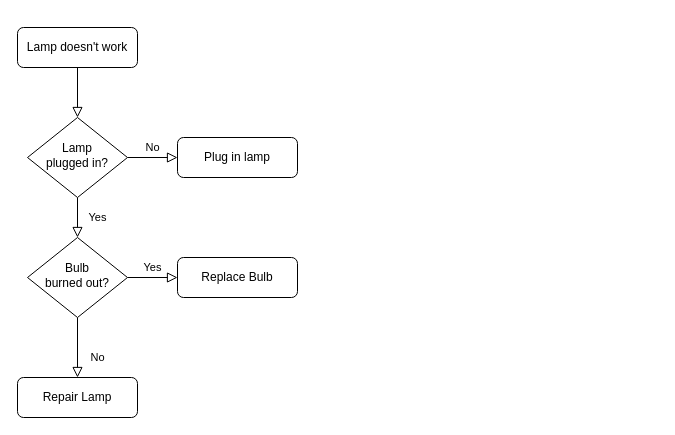
Before: Untitled Diagram.drawio in Cmatrix1/Django-Downloader, a draw.io diagram. Source tidied: cells renumbered, new cells numbered last; positions are measured from the earlier drawing's top-left corner, leaving out a move shared by most shapes. Both pictures are drawn from the tidied source at 100%, with x=0, y=0 at pixel (17, 27).
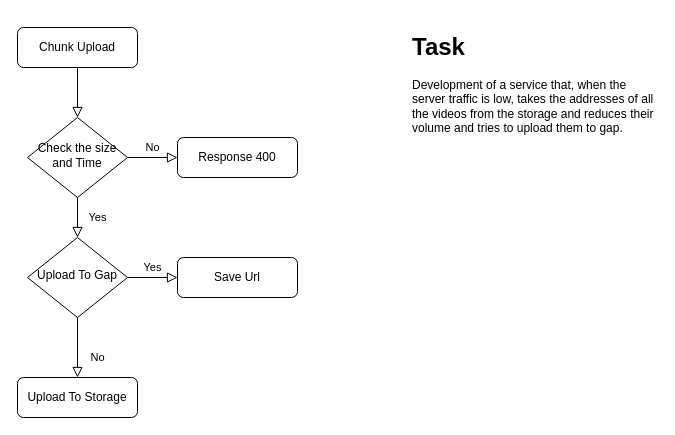
After the change.

What changed in the source:
```diff
@@
 <mxGraphModel>
   <root>
     <mxCell id="0" />
     <mxCell id="1" parent="0" />
     <mxCell id="2" style="rounded=0;html=1;jettySize=auto;fontSize=11;endArrow=block;endFill=0;endSize=8;strokeWidth=1;shadow=0;labelBackgroundColor=none;edgeStyle=orthogonalEdgeStyle;" parent="1" edge="1" source="3" target="6">
       <mxGeometry relative="1" as="geometry" />
     </mxCell>
-    <mxCell id="3" value="Lamp doesn't work" style="rounded=1;whiteSpace=wrap;html=1;fontSize=12;glass=0;strokeWidth=1;shadow=0;" parent="1" vertex="1">
+    <mxCell id="3" value="Chunk Upload" style="rounded=1;whiteSpace=wrap;html=1;fontSize=12;glass=0;strokeWidth=1;shadow=0;" parent="1" vertex="1">
       <mxGeometry width="120" height="40" as="geometry" />
     </mxCell>
     <mxCell id="4" value="Yes" style="rounded=0;html=1;jettySize=auto;fontSize=11;endArrow=block;endFill=0;endSize=8;strokeWidth=1;shadow=0;labelBackgroundColor=none;edgeStyle=orthogonalEdgeStyle;" parent="1" edge="1" source="6" target="10">
       <mxGeometry y="20" relative="1" as="geometry" />
     </mxCell>
     <mxCell id="5" value="No" style="edgeStyle=orthogonalEdgeStyle;rounded=0;html=1;jettySize=auto;fontSize=11;endArrow=block;endFill=0;endSize=8;strokeWidth=1;shadow=0;labelBackgroundColor=none;" parent="1" edge="1" source="6" target="7">
       <mxGeometry y="10" relative="1" as="geometry" />
     </mxCell>
-    <mxCell id="6" value="Lamp&lt;br&gt;plugged in?" style="rhombus;whiteSpace=wrap;html=1;shadow=0;fontFamily=Helvetica;fontSize=12;align=center;strokeWidth=1;spacing=6;spacingTop=-4;" parent="1" vertex="1">
+    <mxCell id="6" value="Check the size and Time" style="rhombus;whiteSpace=wrap;html=1;shadow=0;fontFamily=Helvetica;fontSize=12;align=center;strokeWidth=1;spacing=6;spacingTop=-4;" parent="1" vertex="1">
       <mxGeometry x="10" y="90" width="100" height="80" as="geometry" />
     </mxCell>
-    <mxCell id="7" value="Plug in lamp" style="rounded=1;whiteSpace=wrap;html=1;fontSize=12;glass=0;strokeWidth=1;shadow=0;" parent="1" vertex="1">
+    <mxCell id="7" value="Response 400" style="rounded=1;whiteSpace=wrap;html=1;fontSize=12;glass=0;strokeWidth=1;shadow=0;" parent="1" vertex="1">
       <mxGeometry x="160" y="110" width="120" height="40" as="geometry" />
     </mxCell>
     <mxCell id="8" value="No" style="rounded=0;html=1;jettySize=auto;fontSize=11;endArrow=block;endFill=0;endSize=8;strokeWidth=1;shadow=0;labelBackgroundColor=none;edgeStyle=orthogonalEdgeStyle;" parent="1" edge="1" source="10" target="11">
       <mxGeometry x="0.33" y="20" relative="1" as="geometry" />
     </mxCell>
     <mxCell id="9" value="Yes" style="edgeStyle=orthogonalEdgeStyle;rounded=0;html=1;jettySize=auto;fontSize=11;endArrow=block;endFill=0;endSize=8;strokeWidth=1;shadow=0;labelBackgroundColor=none;" parent="1" edge="1" source="10" target="12">
       <mxGeometry y="10" relative="1" as="geometry" />
     </mxCell>
-    <mxCell id="10" value="Bulb&lt;br&gt;burned out?" style="rhombus;whiteSpace=wrap;html=1;shadow=0;fontFamily=Helvetica;fontSize=12;align=center;strokeWidth=1;spacing=6;spacingTop=-4;" parent="1" vertex="1">
+    <mxCell id="10" value="Upload To Gap" style="rhombus;whiteSpace=wrap;html=1;shadow=0;fontFamily=Helvetica;fontSize=12;align=center;strokeWidth=1;spacing=6;spacingTop=-4;" parent="1" vertex="1">
       <mxGeometry x="10" y="210" width="100" height="80" as="geometry" />
     </mxCell>
-    <mxCell id="11" value="Repair Lamp" style="rounded=1;whiteSpace=wrap;html=1;fontSize=12;glass=0;strokeWidth=1;shadow=0;" parent="1" vertex="1">
+    <mxCell id="11" value="Upload To Storage" style="rounded=1;whiteSpace=wrap;html=1;fontSize=12;glass=0;strokeWidth=1;shadow=0;" parent="1" vertex="1">
       <mxGeometry y="350" width="120" height="40" as="geometry" />
     </mxCell>
-    <mxCell id="12" value="Replace Bulb" style="rounded=1;whiteSpace=wrap;html=1;fontSize=12;glass=0;strokeWidth=1;shadow=0;" parent="1" vertex="1">
+    <mxCell id="12" value="Save Url" style="rounded=1;whiteSpace=wrap;html=1;fontSize=12;glass=0;strokeWidth=1;shadow=0;" parent="1" vertex="1">
       <mxGeometry x="160" y="230" width="120" height="40" as="geometry" />
     </mxCell>
+    <mxCell id="13" value="&lt;h1&gt;Task&lt;/h1&gt;&lt;p&gt;Development of a service that, when the server traffic is low, takes the addresses of all the videos from the storage and reduces their volume and tries to upload them to gap.&lt;br&gt;&lt;/p&gt;" style="text;html=1;strokeColor=none;fillColor=none;spacing=5;spacingTop=-20;whiteSpace=wrap;overflow=hidden;rounded=0;" parent="1" vertex="1">
+      <mxGeometry x="390" width="250" height="140" as="geometry" />
+    </mxCell>
   </root>
 </mxGraphModel>
```
